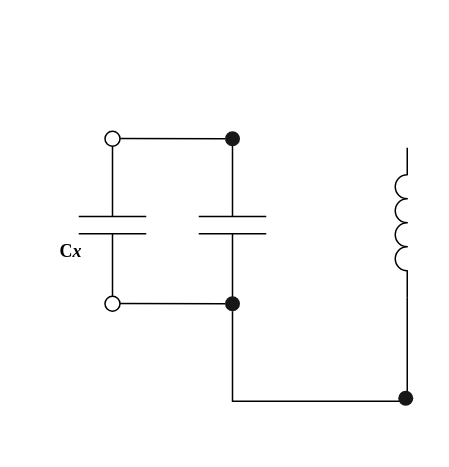
The draw.io diagram Hartley oscillator.drawio in mt-perform/schematics, before the edit. Source tidied: cells renumbered, new cells numbered last; positions are measured from the earlier drawing's top-left corner, leaving out a move shared by most shapes. Both pictures are drawn from the tidied source at 150%, with x=0, y=0 at pixel (26, 130). Pictures stored in the file or linked from it are replaced by grey dashed boxes.
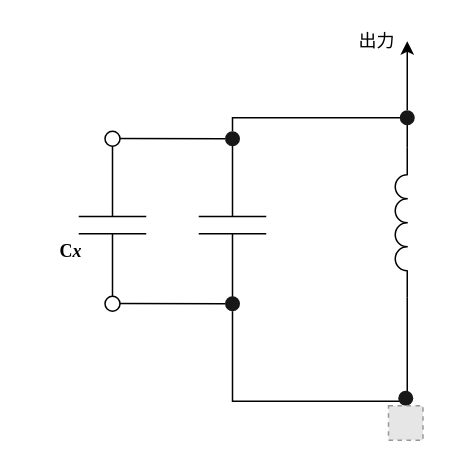
The same page after the edit.

Commit message (it also covers changes not shown here):
Hartley oscillator.drawio を更新します

Unchanged cells that the change refers to:
```xml
<mxCell id="11" style="ellipse;whiteSpace=wrap;html=1;fontSize=20;strokeWidth=1;align=center;strokeColor=none;fillColor=#171717;fontFamily=Times New Roman;" parent="1" vertex="1">
  <mxGeometry x="132.5" width="10" height="10" as="geometry" />
</mxCell>
<mxCell id="12" style="verticalLabelPosition=bottom;shadow=0;dashed=0;align=center;html=1;verticalAlign=top;shape=mxgraph.electrical.inductors.inductor_3;fontFamily=Times New Roman;strokeWidth=1;rotation=-90;" parent="1" vertex="1">
  <mxGeometry x="200" y="57" width="100" height="8" as="geometry" />
</mxCell>
```

The edit, as a diff of the source:
```diff
@@
+    <mxCell id="14" style="edgeStyle=orthogonalEdgeStyle;rounded=0;jettySize=auto;html=1;entryX=1;entryY=1;entryDx=0;entryDy=0;entryPerimeter=0;fontFamily=Times New Roman;endArrow=none;endFill=0;" parent="1" edge="1" source="11" target="12">
+      <mxGeometry relative="1" as="geometry">
+        <Array as="points">
+          <mxPoint x="138" y="-9" />
+          <mxPoint x="254" y="-9" />
+        </Array>
+      </mxGeometry>
+    </mxCell>
@@
+    <mxCell id="15" style="fillColor=#E6E6E6;strokeColor=#999999;dashed=1;verticalLabelPosition=bottom;labelBackgroundColor=#ffffff;verticalAlign=top;" parent="1" vertex="1">
+      <mxGeometry x="241.5" y="183" width="23" height="23" as="geometry" />
+    </mxCell>
+    <mxCell id="16" style="edgeStyle=orthogonalEdgeStyle;rounded=0;jettySize=auto;html=1;fontFamily=Times New Roman;endArrow=classic;endFill=1;" parent="1" edge="1" source="17">
+      <mxGeometry relative="1" as="geometry">
+        <mxPoint x="254" y="-60" as="targetPoint" />
+      </mxGeometry>
+    </mxCell>
+    <mxCell id="17" style="ellipse;whiteSpace=wrap;html=1;fontSize=20;strokeWidth=1;align=center;strokeColor=none;fillColor=#171717;fontFamily=Times New Roman;" parent="1" vertex="1">
+      <mxGeometry x="249" y="-14" width="10" height="10" as="geometry" />
+    </mxCell>
+    <mxCell id="18" value="出力" style="text;html=1;strokeColor=none;fillColor=none;align=center;verticalAlign=middle;whiteSpace=wrap;rounded=0;fontFamily=Times New Roman;" parent="1" vertex="1">
+      <mxGeometry x="219" y="-70" width="30" height="20" as="geometry" />
+    </mxCell>
```
